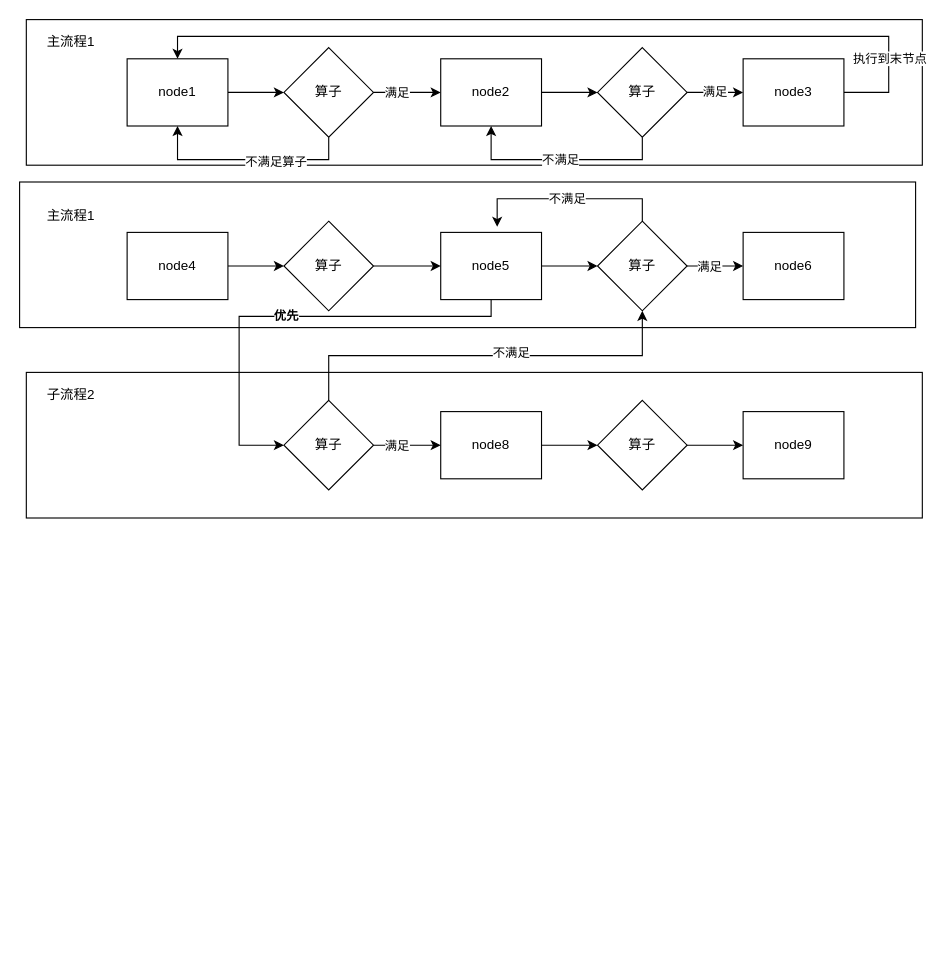
This is Untitled Diagram.drawio from baishi6582/woniu, a draw.io file, before an edit. Source tidied: cells renumbered, new cells numbered last; positions are measured from the earlier drawing's top-left corner, leaving out a move shared by most shapes. Both pictures are drawn from the tidied source at 112%, with x=0, y=0 at pixel (19, 19).
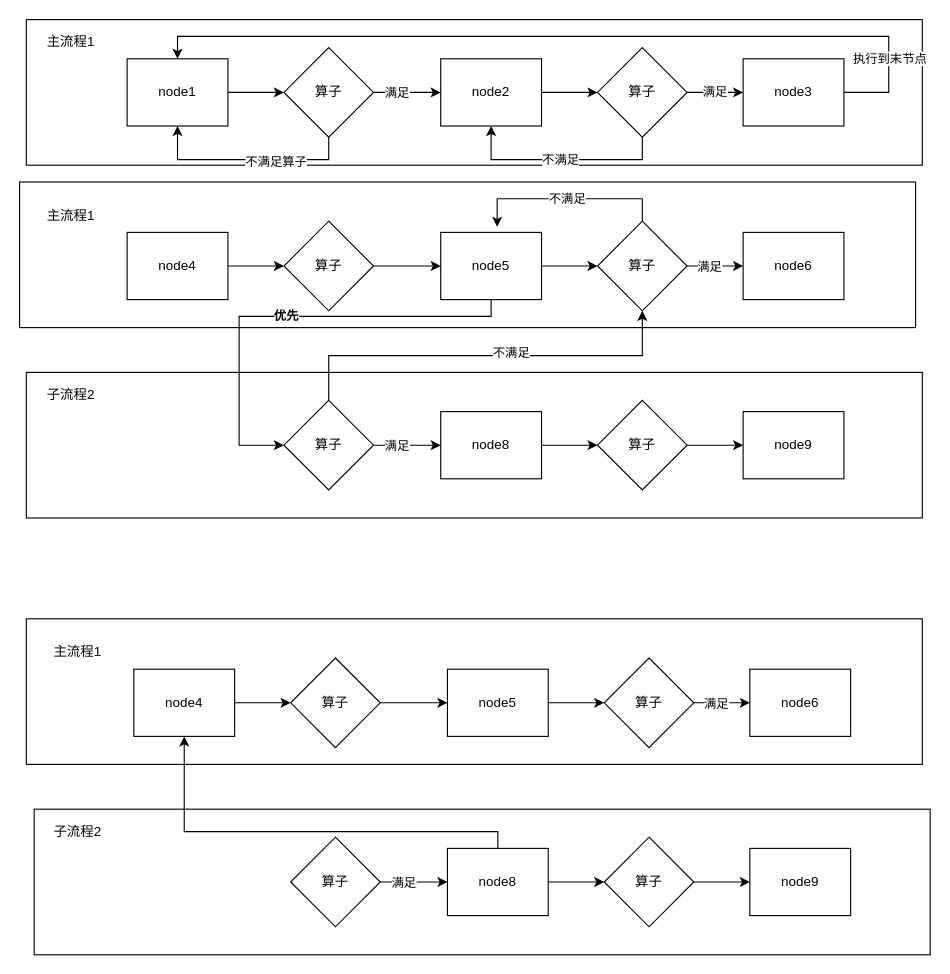
The same page after the edit.

The edit, as a diff of the source:
```diff
@@
+    <mxCell id="45" style="rounded=0;whiteSpace=wrap;html=1;" parent="1" vertex="1">
+      <mxGeometry x="13" y="705" width="800" height="130" as="geometry" />
+    </mxCell>
+    <mxCell id="46" style="rounded=0;whiteSpace=wrap;html=1;" parent="1" vertex="1">
+      <mxGeometry x="6" y="535" width="800" height="130" as="geometry" />
+    </mxCell>
+    <mxCell id="47" style="edgeStyle=orthogonalEdgeStyle;rounded=0;jettySize=auto;html=1;exitX=1;exitY=0.5;exitDx=0;exitDy=0;" parent="1" edge="1" source="48">
+      <mxGeometry relative="1" as="geometry">
+        <mxPoint x="242" y="610" as="targetPoint" />
+      </mxGeometry>
+    </mxCell>
+    <mxCell id="48" value="node4" style="rounded=0;whiteSpace=wrap;html=1;" parent="1" vertex="1">
+      <mxGeometry x="102" y="580" width="90" height="60" as="geometry" />
+    </mxCell>
+    <mxCell id="49" style="edgeStyle=orthogonalEdgeStyle;rounded=0;jettySize=auto;html=1;exitX=1;exitY=0.5;exitDx=0;exitDy=0;entryX=0;entryY=0.5;entryDx=0;entryDy=0;" parent="1" edge="1" source="50" target="56">
+      <mxGeometry relative="1" as="geometry" />
+    </mxCell>
+    <mxCell id="50" value="node5" style="rounded=0;whiteSpace=wrap;html=1;" parent="1" vertex="1">
+      <mxGeometry x="382" y="580" width="90" height="60" as="geometry" />
+    </mxCell>
+    <mxCell id="51" value="node6" style="rounded=0;whiteSpace=wrap;html=1;" parent="1" vertex="1">
+      <mxGeometry x="652" y="580" width="90" height="60" as="geometry" />
+    </mxCell>
+    <mxCell id="52" style="edgeStyle=orthogonalEdgeStyle;rounded=0;jettySize=auto;html=1;exitX=1;exitY=0.5;exitDx=0;exitDy=0;entryX=0;entryY=0.5;entryDx=0;entryDy=0;" parent="1" edge="1" source="53" target="50">
+      <mxGeometry relative="1" as="geometry" />
+    </mxCell>
+    <mxCell id="53" value="&lt;span&gt;算子&lt;/span&gt;" style="rhombus;whiteSpace=wrap;html=1;" parent="1" vertex="1">
+      <mxGeometry x="242" y="570" width="80" height="80" as="geometry" />
+    </mxCell>
+    <mxCell id="54" style="edgeStyle=orthogonalEdgeStyle;rounded=0;jettySize=auto;html=1;entryX=0;entryY=0.5;entryDx=0;entryDy=0;" parent="1" edge="1" source="56" target="51">
+      <mxGeometry relative="1" as="geometry" />
+    </mxCell>
+    <mxCell id="55" value="满足" style="edgeLabel;html=1;align=center;verticalAlign=middle;" parent="54" vertex="1">
+      <mxGeometry x="-0.24" relative="1" as="geometry" />
+    </mxCell>
+    <mxCell id="56" value="&lt;span&gt;算子&lt;/span&gt;" style="rhombus;whiteSpace=wrap;html=1;" parent="1" vertex="1">
+      <mxGeometry x="522" y="570" width="80" height="80" as="geometry" />
+    </mxCell>
+    <mxCell id="57" value="主流程1" style="text;html=1;strokeColor=none;fillColor=none;align=center;verticalAlign=middle;whiteSpace=wrap;rounded=0;" parent="1" vertex="1">
+      <mxGeometry x="22" y="550" width="60" height="30" as="geometry" />
+    </mxCell>
+    <mxCell id="58" style="edgeStyle=orthogonalEdgeStyle;rounded=0;jettySize=auto;html=1;exitX=1;exitY=0.5;exitDx=0;exitDy=0;entryX=0;entryY=0.5;entryDx=0;entryDy=0;" parent="1" edge="1" source="60" target="66">
+      <mxGeometry relative="1" as="geometry" />
+    </mxCell>
+    <mxCell id="59" style="edgeStyle=orthogonalEdgeStyle;rounded=0;jettySize=auto;html=1;" parent="1" edge="1" source="60" target="48">
+      <mxGeometry relative="1" as="geometry">
+        <Array as="points">
+          <mxPoint x="427" y="725" />
+          <mxPoint x="147" y="725" />
+        </Array>
+      </mxGeometry>
+    </mxCell>
+    <mxCell id="60" value="node8" style="rounded=0;whiteSpace=wrap;html=1;" parent="1" vertex="1">
+      <mxGeometry x="382" y="740" width="90" height="60" as="geometry" />
+    </mxCell>
+    <mxCell id="61" value="node9" style="rounded=0;whiteSpace=wrap;html=1;" parent="1" vertex="1">
+      <mxGeometry x="652" y="740" width="90" height="60" as="geometry" />
+    </mxCell>
+    <mxCell id="62" style="edgeStyle=orthogonalEdgeStyle;rounded=0;jettySize=auto;html=1;exitX=1;exitY=0.5;exitDx=0;exitDy=0;entryX=0;entryY=0.5;entryDx=0;entryDy=0;" parent="1" edge="1" source="64" target="60">
+      <mxGeometry relative="1" as="geometry" />
+    </mxCell>
+    <mxCell id="63" value="满足" style="edgeLabel;html=1;align=center;verticalAlign=middle;" parent="62" vertex="1">
+      <mxGeometry x="-0.37" relative="1" as="geometry">
+        <mxPoint x="1" as="offset" />
+      </mxGeometry>
+    </mxCell>
+    <mxCell id="64" value="&lt;span&gt;算子&lt;/span&gt;" style="rhombus;whiteSpace=wrap;html=1;" parent="1" vertex="1">
+      <mxGeometry x="242" y="730" width="80" height="80" as="geometry" />
+    </mxCell>
+    <mxCell id="65" style="edgeStyle=orthogonalEdgeStyle;rounded=0;jettySize=auto;html=1;entryX=0;entryY=0.5;entryDx=0;entryDy=0;" parent="1" edge="1" source="66" target="61">
+      <mxGeometry relative="1" as="geometry" />
+    </mxCell>
+    <mxCell id="66" value="&lt;span&gt;算子&lt;/span&gt;" style="rhombus;whiteSpace=wrap;html=1;" parent="1" vertex="1">
+      <mxGeometry x="522" y="730" width="80" height="80" as="geometry" />
+    </mxCell>
+    <mxCell id="67" value="子流程2" style="text;html=1;strokeColor=none;fillColor=none;align=center;verticalAlign=middle;whiteSpace=wrap;rounded=0;" parent="1" vertex="1">
+      <mxGeometry x="22" y="710" width="60" height="30" as="geometry" />
+    </mxCell>
```
